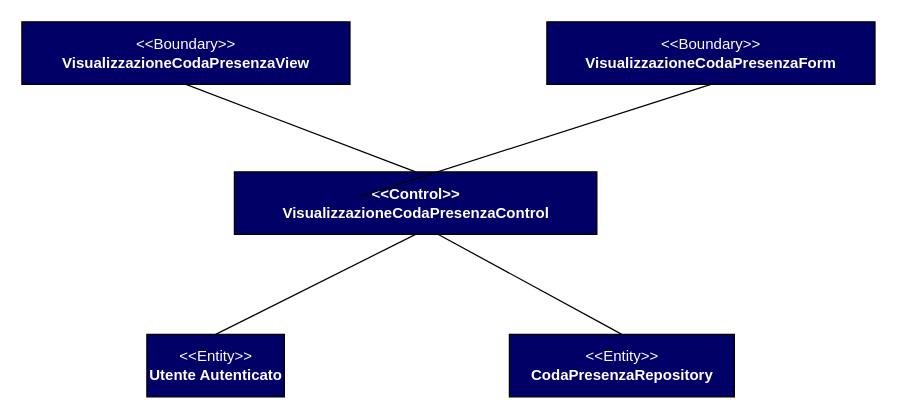
Givaa/MedQueue keeps this draw.io diagram as Documenti/RAD/Object Model/VisualizzazioneCoda/VisualizzazioneCodaPresenzaCD.drawio. Above is the earlier version. Source tidied: cells renumbered, new cells numbered last; positions are measured from the earlier drawing's top-left corner, leaving out a move shared by most shapes. Both pictures are drawn from the tidied source at 125%, with x=0, y=0 at pixel (21, 21).
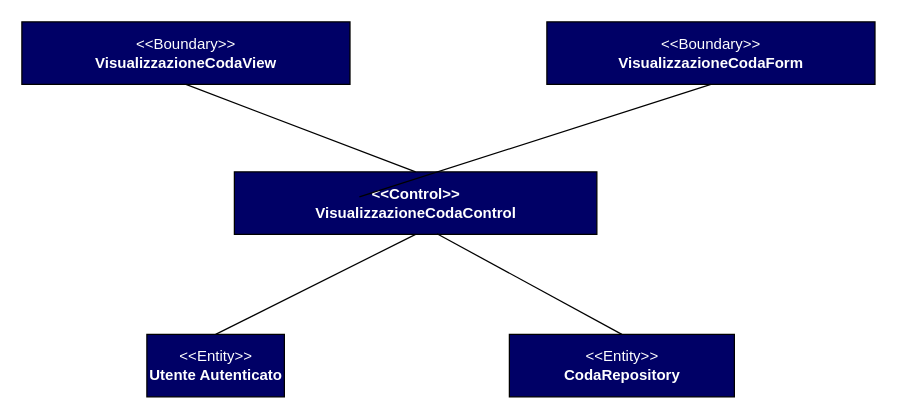
The same page after the edit.

Diff of the diagram source:
```diff
@@
 <mxGraphModel>
   <root>
     <mxCell id="0" />
     <mxCell id="1" parent="0" />
     <mxCell id="2" value="&lt;font color=&quot;#ffffff&quot;&gt;&amp;lt;&amp;lt;Entity&amp;gt;&amp;gt;&lt;br&gt;&lt;/font&gt;&lt;b&gt;&lt;font color=&quot;#ffffff&quot;&gt;Utente Autenticato&lt;/font&gt;&lt;br&gt;&lt;/b&gt;" style="html=1;fillColor=#000066;" parent="1" vertex="1">
       <mxGeometry x="100" y="250" width="110" height="50" as="geometry" />
     </mxCell>
-    <mxCell id="3" value="&lt;font color=&quot;#ffffff&quot;&gt;&amp;lt;&amp;lt;Boundary&amp;gt;&amp;gt;&lt;br&gt;&lt;b&gt;VisualizzazioneCodaPresenzaView&lt;/b&gt;&lt;/font&gt;" style="html=1;fillColor=#000066;" parent="1" vertex="1">
+    <mxCell id="3" value="&lt;font color=&quot;#ffffff&quot;&gt;&amp;lt;&amp;lt;Boundary&amp;gt;&amp;gt;&lt;br&gt;&lt;b&gt;VisualizzazioneCodaView&lt;/b&gt;&lt;/font&gt;" style="html=1;fillColor=#000066;" parent="1" vertex="1">
       <mxGeometry width="262.5" height="50" as="geometry" />
     </mxCell>
-    <mxCell id="4" value="&lt;b&gt;&lt;font color=&quot;#ffffff&quot;&gt;&amp;lt;&amp;lt;Control&amp;gt;&amp;gt;&lt;br&gt;VisualizzazioneCodaPresenzaControl&lt;/font&gt;&lt;br&gt;&lt;/b&gt;" style="html=1;fillColor=#000066;" parent="1" vertex="1">
+    <mxCell id="4" value="&lt;b&gt;&lt;font color=&quot;#ffffff&quot;&gt;&amp;lt;&amp;lt;Control&amp;gt;&amp;gt;&lt;br&gt;VisualizzazioneCodaControl&lt;/font&gt;&lt;br&gt;&lt;/b&gt;" style="html=1;fillColor=#000066;" parent="1" vertex="1">
       <mxGeometry x="170" y="120" width="290" height="50" as="geometry" />
     </mxCell>
     <mxCell id="5" style="endArrow=none;html=1;entryX=0.5;entryY=1;entryDx=0;entryDy=0;exitX=0.5;exitY=0;exitDx=0;exitDy=0;" parent="1" edge="1" source="4" target="3">
       <mxGeometry relative="1" as="geometry" />
     </mxCell>
     <mxCell id="6" style="endArrow=none;html=1;entryX=0.5;entryY=1;entryDx=0;entryDy=0;exitX=0.5;exitY=0;exitDx=0;exitDy=0;" parent="1" edge="1" source="2" target="4">
       <mxGeometry relative="1" as="geometry" />
     </mxCell>
-    <mxCell id="7" value="&lt;font color=&quot;#ffffff&quot;&gt;&amp;lt;&amp;lt;Entity&amp;gt;&amp;gt;&lt;br&gt;&lt;/font&gt;&lt;b&gt;&lt;font color=&quot;#ffffff&quot;&gt;CodaPresenzaRepository&lt;/font&gt;&lt;br&gt;&lt;/b&gt;" style="html=1;fillColor=#000066;" parent="1" vertex="1">
+    <mxCell id="7" value="&lt;font color=&quot;#ffffff&quot;&gt;&amp;lt;&amp;lt;Entity&amp;gt;&amp;gt;&lt;br&gt;&lt;/font&gt;&lt;b&gt;&lt;font color=&quot;#ffffff&quot;&gt;CodaRepository&lt;/font&gt;&lt;br&gt;&lt;/b&gt;" style="html=1;fillColor=#000066;" parent="1" vertex="1">
       <mxGeometry x="390" y="250" width="180" height="50" as="geometry" />
     </mxCell>
     <mxCell id="8" style="endArrow=none;html=1;entryX=0.5;entryY=0;entryDx=0;entryDy=0;exitX=0.559;exitY=0.99;exitDx=0;exitDy=0;exitPerimeter=0;" parent="1" edge="1" source="4" target="7">
       <mxGeometry relative="1" as="geometry" />
     </mxCell>
-    <mxCell id="9" value="&lt;font color=&quot;#ffffff&quot;&gt;&amp;lt;&amp;lt;Boundary&amp;gt;&amp;gt;&lt;br&gt;&lt;b&gt;VisualizzazioneCodaPresenzaForm&lt;/b&gt;&lt;/font&gt;" style="html=1;fillColor=#000066;" parent="1" vertex="1">
+    <mxCell id="9" value="&lt;font color=&quot;#ffffff&quot;&gt;&amp;lt;&amp;lt;Boundary&amp;gt;&amp;gt;&lt;br&gt;&lt;b&gt;VisualizzazioneCodaForm&lt;/b&gt;&lt;/font&gt;" style="html=1;fillColor=#000066;" parent="1" vertex="1">
       <mxGeometry x="420" width="262.5" height="50" as="geometry" />
     </mxCell>
     <mxCell id="10" style="endArrow=none;html=1;entryX=0.5;entryY=1;entryDx=0;entryDy=0;" parent="1" edge="1" target="9">
       <mxGeometry relative="1" as="geometry">
         <mxPoint x="270" y="140" as="sourcePoint" />
       </mxGeometry>
     </mxCell>
   </root>
 </mxGraphModel>
```
